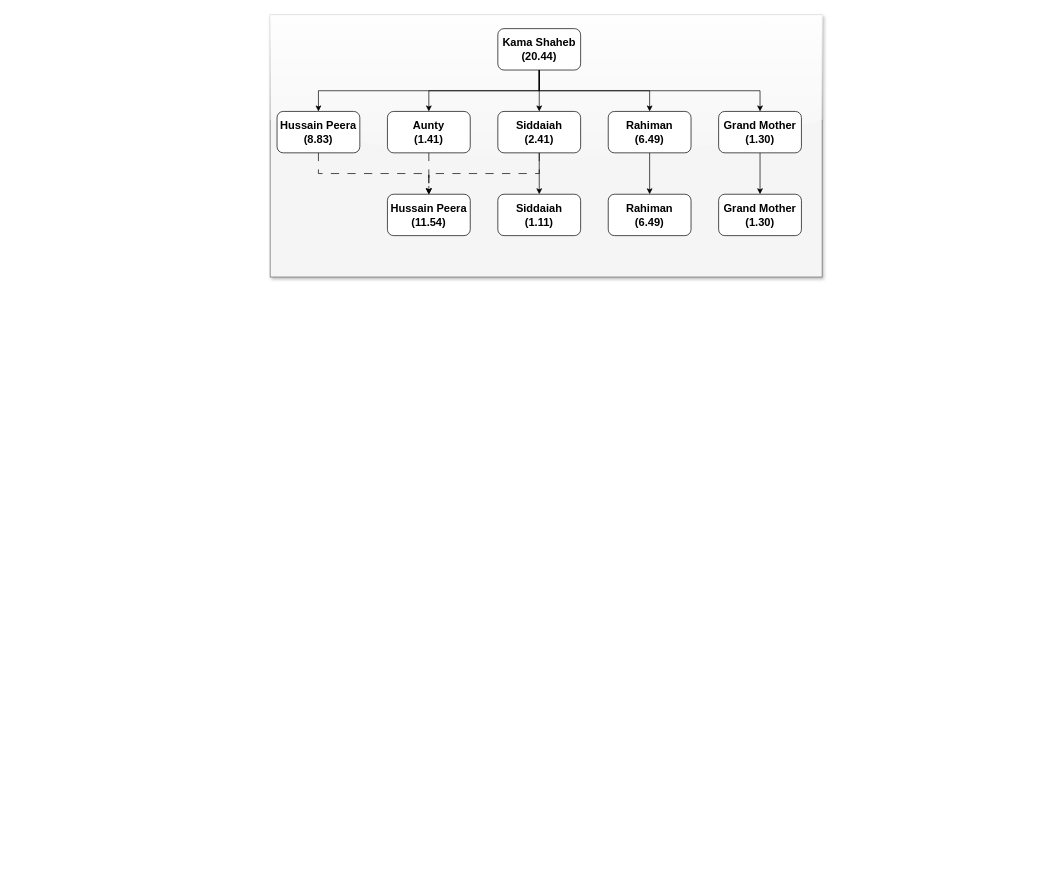
Kamalbannuru/Designs keeps this draw.io diagram as Untitled Diagram.drawio. Above is the earlier version. Source tidied: cells renumbered, new cells numbered last; positions are measured from the earlier drawing's top-left corner, leaving out a move shared by most shapes. Both pictures are drawn from the tidied source at 69%, with x=0, y=0 at pixel (270, 14).
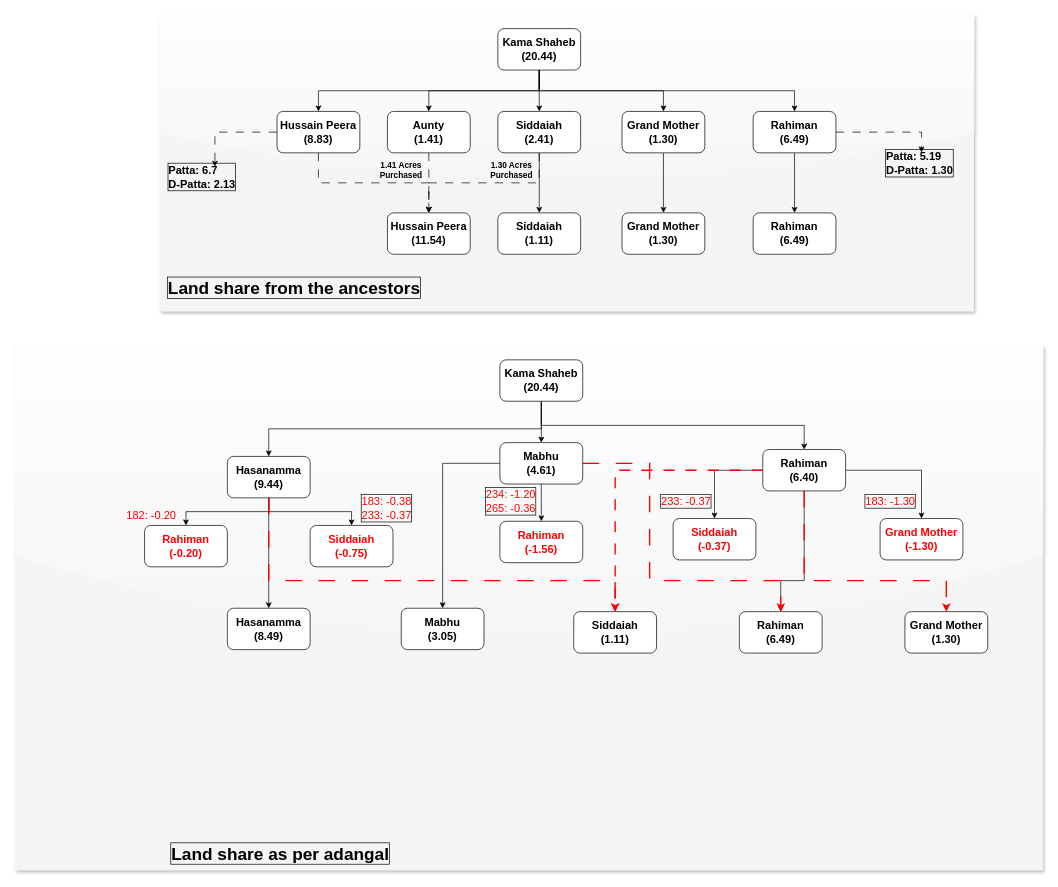
The same page after the edit.

Unchanged cells that the change refers to:
```xml
<mxCell id="10" value="Hussain Peera&lt;div&gt;(8.83)&lt;/div&gt;" style="rounded=1;whiteSpace=wrap;html=1;fontSize=16;fontStyle=1;" parent="1" vertex="1">
  <mxGeometry x="10" y="140" width="120" height="60" as="geometry" />
</mxCell>
```

Diff of the diagram source:
```diff
@@
-    <mxCell id="2" style="rounded=0;whiteSpace=wrap;html=1;fillColor=#f5f5f5;strokeColor=#666666;fontColor=#333333;glass=1;shadow=1;" parent="1" vertex="1">
-      <mxGeometry width="800" height="380" as="geometry" />
+    <mxCell id="2" style="rounded=0;whiteSpace=wrap;html=1;fillColor=#f5f5f5;strokeColor=none;fontColor=#333333;glass=1;shadow=1;" parent="1" vertex="1">
+      <mxGeometry x="-160" width="1180" height="430" as="geometry" />
     </mxCell>
@@
+    <mxCell id="24" style="edgeStyle=orthogonalEdgeStyle;rounded=0;jettySize=auto;html=1;exitX=0;exitY=0.5;exitDx=0;exitDy=0;dashed=1;dashPattern=12 12;strokeWidth=1;" parent="1" edge="1" source="10" target="26">
+      <mxGeometry relative="1" as="geometry" />
+    </mxCell>
@@
     <mxCell id="12" value="Rahiman&lt;div&gt;(6.49)&lt;/div&gt;" style="rounded=1;whiteSpace=wrap;html=1;fontSize=16;fontStyle=1;" parent="1" vertex="1">
-      <mxGeometry x="490" y="140" width="120" height="60" as="geometry" />
+      <mxGeometry x="700" y="140" width="120" height="60" as="geometry" />
     </mxCell>
@@
     <mxCell id="17" value="Grand Mother&lt;div&gt;(1.30)&lt;/div&gt;" style="rounded=1;whiteSpace=wrap;html=1;fontSize=16;fontStyle=1;" parent="1" vertex="1">
-      <mxGeometry x="650" y="140" width="120" height="60" as="geometry" />
+      <mxGeometry x="510" y="140" width="120" height="60" as="geometry" />
     </mxCell>
@@
     <mxCell id="20" value="Hussain Peera&lt;div&gt;(11.54)&lt;/div&gt;" style="rounded=1;whiteSpace=wrap;html=1;fontSize=16;fontStyle=1;" parent="1" vertex="1">
-      <mxGeometry x="170" y="260" width="120" height="60" as="geometry" />
+      <mxGeometry x="170" y="287" width="120" height="60" as="geometry" />
     </mxCell>
     <mxCell id="21" value="Siddaiah&lt;div&gt;(1.11)&lt;/div&gt;" style="rounded=1;whiteSpace=wrap;html=1;fontSize=16;fontStyle=1;" parent="1" vertex="1">
-      <mxGeometry x="330" y="260" width="120" height="60" as="geometry" />
+      <mxGeometry x="330" y="287" width="120" height="60" as="geometry" />
     </mxCell>
     <mxCell id="22" value="Rahiman&lt;div&gt;(6.49)&lt;/div&gt;" style="rounded=1;whiteSpace=wrap;html=1;fontSize=16;fontStyle=1;" parent="1" vertex="1">
-      <mxGeometry x="490" y="260" width="120" height="60" as="geometry" />
+      <mxGeometry x="700" y="287" width="120" height="60" as="geometry" />
     </mxCell>
     <mxCell id="23" value="Grand Mother&lt;div&gt;(1.30)&lt;/div&gt;" style="rounded=1;whiteSpace=wrap;html=1;fontSize=16;fontStyle=1;" parent="1" vertex="1">
-      <mxGeometry x="650" y="260" width="120" height="60" as="geometry" />
+      <mxGeometry x="510" y="287" width="120" height="60" as="geometry" />
     </mxCell>
+    <mxCell id="25" value="1.30 Acres Purchased" style="text;html=1;align=center;verticalAlign=middle;whiteSpace=wrap;rounded=0;fontStyle=1;" parent="1" vertex="1">
+      <mxGeometry x="320" y="210" width="60" height="30" as="geometry" />
+    </mxCell>
+    <mxCell id="26" value="Patta: 6.7&lt;div style=&quot;font-size: 16px;&quot;&gt;D-Patta: 2.13&lt;/div&gt;" style="text;html=1;align=left;verticalAlign=middle;whiteSpace=wrap;rounded=0;fontStyle=1;labelBackgroundColor=none;labelBorderColor=default;textShadow=0;fontSize=16;" parent="1" vertex="1">
+      <mxGeometry x="-150" y="220" width="140" height="30" as="geometry" />
+    </mxCell>
+    <mxCell id="27" value="Patta: 5.19&lt;div style=&quot;font-size: 16px;&quot;&gt;D-Patta: 1.30&lt;/div&gt;" style="text;html=1;align=left;verticalAlign=middle;whiteSpace=wrap;rounded=0;fontStyle=1;labelBackgroundColor=none;labelBorderColor=default;textShadow=0;fontSize=16;" parent="1" vertex="1">
+      <mxGeometry x="890" y="200" width="140" height="30" as="geometry" />
+    </mxCell>
+    <mxCell id="28" style="edgeStyle=orthogonalEdgeStyle;rounded=0;jettySize=auto;html=1;exitX=1;exitY=0.5;exitDx=0;exitDy=0;entryX=0.386;entryY=-0.017;entryDx=0;entryDy=0;entryPerimeter=0;dashed=1;dashPattern=12 12;" parent="1" edge="1" source="12" target="27">
+      <mxGeometry relative="1" as="geometry" />
+    </mxCell>
+    <mxCell id="29" value="1.41 Acres Purchased" style="text;html=1;align=center;verticalAlign=middle;whiteSpace=wrap;rounded=0;fontStyle=1;" parent="1" vertex="1">
+      <mxGeometry x="160" y="210" width="60" height="30" as="geometry" />
+    </mxCell>
+    <mxCell id="30" value="Land share from the ancestors" style="text;html=1;align=center;verticalAlign=middle;whiteSpace=wrap;rounded=1;labelBorderColor=default;fontSize=25;fillColor=none;sketch=1;curveFitting=1;jiggle=2;shadow=1;glass=1;strokeColor=none;fontStyle=1;" parent="1" vertex="1">
+      <mxGeometry x="-150" y="380" width="370" height="30" as="geometry" />
+    </mxCell>
+    <mxCell id="31" style="rounded=0;whiteSpace=wrap;html=1;fillColor=#f5f5f5;strokeColor=none;fontColor=#333333;glass=1;shadow=1;" parent="1" vertex="1">
+      <mxGeometry x="-370" y="480" width="1490" height="760" as="geometry" />
+    </mxCell>
+    <mxCell id="32" style="edgeStyle=orthogonalEdgeStyle;rounded=0;jettySize=auto;html=1;exitX=0.5;exitY=1;exitDx=0;exitDy=0;" parent="1" edge="1" source="35" target="40">
+      <mxGeometry relative="1" as="geometry" />
+    </mxCell>
+    <mxCell id="33" style="edgeStyle=orthogonalEdgeStyle;rounded=0;jettySize=auto;html=1;exitX=0.5;exitY=1;exitDx=0;exitDy=0;" parent="1" edge="1" source="35" target="50">
+      <mxGeometry relative="1" as="geometry" />
+    </mxCell>
+    <mxCell id="34" style="edgeStyle=orthogonalEdgeStyle;rounded=0;jettySize=auto;html=1;exitX=0.5;exitY=1;exitDx=0;exitDy=0;" parent="1" edge="1" source="35" target="46">
+      <mxGeometry relative="1" as="geometry" />
+    </mxCell>
+    <mxCell id="35" value="Kama Shaheb&lt;div style=&quot;font-size: 16px;&quot;&gt;(20.44)&lt;/div&gt;" style="rounded=1;whiteSpace=wrap;html=1;fontSize=16;fontStyle=1;" parent="1" vertex="1">
+      <mxGeometry x="333" y="500" width="120" height="60" as="geometry" />
+    </mxCell>
+    <mxCell id="36" style="edgeStyle=orthogonalEdgeStyle;rounded=0;jettySize=auto;html=1;exitX=0.5;exitY=1;exitDx=0;exitDy=0;entryX=0.5;entryY=0;entryDx=0;entryDy=0;" parent="1" edge="1" source="40" target="57">
+      <mxGeometry relative="1" as="geometry" />
+    </mxCell>
+    <mxCell id="37" style="edgeStyle=orthogonalEdgeStyle;rounded=0;jettySize=auto;html=1;exitX=0.5;exitY=1;exitDx=0;exitDy=0;" parent="1" edge="1" source="40" target="58">
+      <mxGeometry relative="1" as="geometry" />
+    </mxCell>
+    <mxCell id="38" style="edgeStyle=orthogonalEdgeStyle;rounded=0;jettySize=auto;html=1;entryX=0.5;entryY=0;entryDx=0;entryDy=0;" parent="1" edge="1" source="40" target="53">
+      <mxGeometry relative="1" as="geometry" />
+    </mxCell>
+    <mxCell id="39" style="edgeStyle=orthogonalEdgeStyle;rounded=0;jettySize=auto;html=1;dashed=1;dashPattern=12 12;strokeColor=#FF0000;strokeWidth=2;" parent="1" edge="1" source="40" target="54">
+      <mxGeometry relative="1" as="geometry">
+        <Array as="points">
+          <mxPoint x="-2" y="820" />
+          <mxPoint x="500" y="820" />
+        </Array>
+      </mxGeometry>
+    </mxCell>
+    <mxCell id="40" value="Hasanamma&lt;div&gt;(9.44)&lt;/div&gt;" style="rounded=1;whiteSpace=wrap;html=1;fontSize=16;fontStyle=1;" parent="1" vertex="1">
+      <mxGeometry x="-62" y="640" width="120" height="60" as="geometry" />
+    </mxCell>
+    <mxCell id="41" style="edgeStyle=orthogonalEdgeStyle;rounded=0;jettySize=auto;html=1;entryX=0.5;entryY=0;entryDx=0;entryDy=0;" parent="1" edge="1" source="46" target="61">
+      <mxGeometry relative="1" as="geometry" />
+    </mxCell>
+    <mxCell id="42" style="edgeStyle=orthogonalEdgeStyle;rounded=0;jettySize=auto;html=1;" parent="1" edge="1" source="46" target="60">
+      <mxGeometry relative="1" as="geometry" />
+    </mxCell>
+    <mxCell id="43" style="edgeStyle=orthogonalEdgeStyle;rounded=0;jettySize=auto;html=1;" parent="1" edge="1" source="46" target="51">
+      <mxGeometry relative="1" as="geometry">
+        <Array as="points">
+          <mxPoint x="774" y="820" />
+          <mxPoint x="740" y="820" />
+        </Array>
+      </mxGeometry>
+    </mxCell>
+    <mxCell id="44" style="edgeStyle=orthogonalEdgeStyle;rounded=0;jettySize=auto;html=1;exitX=0.5;exitY=1;exitDx=0;exitDy=0;dashed=1;dashPattern=12 12;strokeColor=#FF0000;strokeWidth=2;" parent="1" edge="1" source="46" target="56">
+      <mxGeometry relative="1" as="geometry">
+        <Array as="points">
+          <mxPoint x="774" y="820" />
+          <mxPoint x="980" y="820" />
+        </Array>
+      </mxGeometry>
+    </mxCell>
+    <mxCell id="45" style="edgeStyle=orthogonalEdgeStyle;rounded=0;jettySize=auto;html=1;dashed=1;dashPattern=8 8;strokeWidth=2;strokeColor=#FF0000;" parent="1" edge="1" source="46" target="54">
+      <mxGeometry relative="1" as="geometry" />
+    </mxCell>
+    <mxCell id="46" value="Rahiman&lt;div&gt;(6.40)&lt;/div&gt;" style="rounded=1;whiteSpace=wrap;html=1;fontSize=16;fontStyle=1;" parent="1" vertex="1">
+      <mxGeometry x="714" y="630" width="120" height="60" as="geometry" />
+    </mxCell>
+    <mxCell id="47" style="edgeStyle=orthogonalEdgeStyle;rounded=0;jettySize=auto;html=1;" parent="1" edge="1" source="50" target="59">
+      <mxGeometry relative="1" as="geometry" />
+    </mxCell>
+    <mxCell id="48" style="edgeStyle=orthogonalEdgeStyle;rounded=0;jettySize=auto;html=1;entryX=0.5;entryY=0;entryDx=0;entryDy=0;" parent="1" edge="1" source="50" target="55">
+      <mxGeometry relative="1" as="geometry" />
+    </mxCell>
+    <mxCell id="49" style="edgeStyle=orthogonalEdgeStyle;rounded=0;jettySize=auto;html=1;entryX=0.5;entryY=0;entryDx=0;entryDy=0;dashed=1;dashPattern=12 12;strokeWidth=2;strokeColor=#FF0000;" parent="1" edge="1" source="50" target="51">
+      <mxGeometry relative="1" as="geometry">
+        <Array as="points">
+          <mxPoint x="550" y="650" />
+          <mxPoint x="550" y="820" />
+          <mxPoint x="740" y="820" />
+        </Array>
+      </mxGeometry>
+    </mxCell>
+    <mxCell id="50" value="Mabhu&lt;div&gt;(4.61)&lt;/div&gt;" style="rounded=1;whiteSpace=wrap;html=1;fontSize=16;fontStyle=1;" parent="1" vertex="1">
+      <mxGeometry x="333" y="620" width="120" height="60" as="geometry" />
+    </mxCell>
+    <mxCell id="51" value="Rahiman&lt;div&gt;(6.49&lt;span style=&quot;background-color: initial;&quot;&gt;)&lt;/span&gt;&lt;/div&gt;" style="rounded=1;whiteSpace=wrap;html=1;fontSize=16;fontStyle=1;" parent="1" vertex="1">
+      <mxGeometry x="680" y="865" width="120" height="60" as="geometry" />
+    </mxCell>
+    <mxCell id="52" value="Land share as per adangal" style="text;html=1;align=center;verticalAlign=middle;whiteSpace=wrap;rounded=1;labelBorderColor=default;fontSize=25;fillColor=none;sketch=1;curveFitting=1;jiggle=2;shadow=1;glass=1;strokeColor=none;fontStyle=1;" parent="1" vertex="1">
+      <mxGeometry x="-170" y="1200" width="370" height="30" as="geometry" />
+    </mxCell>
+    <mxCell id="53" value="Hasanamma&lt;div&gt;(8.49)&lt;/div&gt;" style="rounded=1;whiteSpace=wrap;html=1;fontSize=16;fontStyle=1;" parent="1" vertex="1">
+      <mxGeometry x="-62" y="860" width="120" height="60" as="geometry" />
+    </mxCell>
+    <mxCell id="54" value="Siddaiah&lt;div&gt;(1.11)&lt;/div&gt;" style="rounded=1;whiteSpace=wrap;html=1;fontSize=16;fontStyle=1;" parent="1" vertex="1">
+      <mxGeometry x="440" y="865" width="120" height="60" as="geometry" />
+    </mxCell>
+    <mxCell id="55" value="Mabhu&lt;div&gt;(3.05)&lt;/div&gt;" style="rounded=1;whiteSpace=wrap;html=1;fontSize=16;fontStyle=1;" parent="1" vertex="1">
+      <mxGeometry x="190" y="860" width="120" height="60" as="geometry" />
+    </mxCell>
+    <mxCell id="56" value="Grand Mother&lt;div&gt;(1.30)&lt;/div&gt;" style="rounded=1;whiteSpace=wrap;html=1;fontSize=16;fontStyle=1;" parent="1" vertex="1">
+      <mxGeometry x="920" y="865" width="120" height="60" as="geometry" />
+    </mxCell>
+    <mxCell id="57" value="Rahiman&lt;div&gt;(-0.20)&lt;/div&gt;" style="rounded=1;whiteSpace=wrap;html=1;fontSize=16;fontStyle=1;fontColor=#FF0000;" parent="1" vertex="1">
+      <mxGeometry x="-182" y="740" width="120" height="60" as="geometry" />
+    </mxCell>
+    <mxCell id="58" value="Siddaiah&lt;div&gt;(-0.75)&lt;/div&gt;" style="rounded=1;whiteSpace=wrap;html=1;fontSize=16;fontStyle=1;fontColor=#FF0000;" parent="1" vertex="1">
+      <mxGeometry x="58" y="740" width="120" height="60" as="geometry" />
+    </mxCell>
+    <mxCell id="59" value="Rahiman&lt;div&gt;(-1.56)&lt;/div&gt;" style="rounded=1;whiteSpace=wrap;html=1;fontSize=16;fontStyle=1;fontColor=#FF0000;" parent="1" vertex="1">
+      <mxGeometry x="333" y="734" width="120" height="60" as="geometry" />
+    </mxCell>
+    <mxCell id="60" value="Grand Mother&lt;div&gt;(-1.30)&lt;/div&gt;" style="rounded=1;whiteSpace=wrap;html=1;fontSize=16;fontStyle=1;fontColor=#FF0000;" parent="1" vertex="1">
+      <mxGeometry x="884" y="730" width="120" height="60" as="geometry" />
+    </mxCell>
+    <mxCell id="61" value="Siddaiah&lt;div&gt;(-0.37)&lt;/div&gt;" style="rounded=1;whiteSpace=wrap;html=1;fontSize=16;fontStyle=1;fontColor=#FF0000;" parent="1" vertex="1">
+      <mxGeometry x="584" y="730" width="120" height="60" as="geometry" />
+    </mxCell>
+    <mxCell id="62" value="182: -0.20" style="text;align=left;verticalAlign=middle;rounded=0;fontStyle=0;labelBackgroundColor=none;labelBorderColor=none;textShadow=0;fontSize=16;horizontal=1;fontColor=#FF0000;html=1;whiteSpace=wrap;" parent="1" vertex="1">
+      <mxGeometry x="-210" y="710" width="140" height="30" as="geometry" />
+    </mxCell>
+    <mxCell id="63" value="183: -0.38&lt;div&gt;233: -0.37&lt;/div&gt;" style="text;html=1;align=left;verticalAlign=middle;whiteSpace=wrap;rounded=0;fontStyle=0;labelBackgroundColor=none;labelBorderColor=default;textShadow=0;fontSize=16;fontColor=#FF0000;" parent="1" vertex="1">
+      <mxGeometry x="130" y="700" width="140" height="30" as="geometry" />
+    </mxCell>
+    <mxCell id="64" value="234: -1.20&lt;div&gt;265: -0.36&lt;/div&gt;" style="text;html=1;align=left;verticalAlign=middle;whiteSpace=wrap;rounded=0;fontStyle=0;labelBackgroundColor=none;labelBorderColor=default;textShadow=0;fontSize=16;fontColor=#FF0000;" parent="1" vertex="1">
+      <mxGeometry x="310" y="690" width="140" height="30" as="geometry" />
+    </mxCell>
+    <mxCell id="65" value="233: -0.37" style="text;html=1;align=left;verticalAlign=middle;whiteSpace=wrap;rounded=0;fontStyle=0;labelBackgroundColor=none;labelBorderColor=default;textShadow=0;fontSize=16;fontColor=#FF0000;" parent="1" vertex="1">
+      <mxGeometry x="564" y="690" width="140" height="30" as="geometry" />
+    </mxCell>
+    <mxCell id="66" value="183: -1.30" style="text;html=1;align=left;verticalAlign=middle;whiteSpace=wrap;rounded=0;fontStyle=0;labelBackgroundColor=none;labelBorderColor=default;textShadow=0;fontSize=16;fontColor=#FF0000;" parent="1" vertex="1">
+      <mxGeometry x="860" y="690" width="140" height="30" as="geometry" />
+    </mxCell>
```
